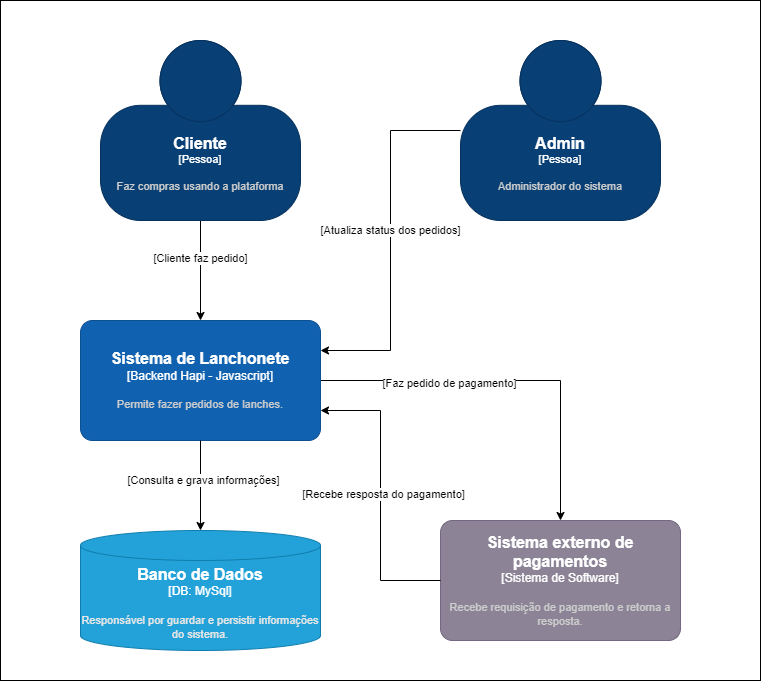
miika07/tech-challenge keeps this draw.io diagram as src/assets/arquitetura/c4-projeto-tech-challenge.png. Above is the earlier version. Source tidied: cells renumbered, new cells last; positions are measured from the earlier drawing's top-left corner, leaving out a move shared by most shapes. The source it was exported from:
```xml
<mxGraphModel>
  <root>
    <mxCell id="0" />
    <mxCell id="1" parent="0" />
    <mxCell id="2" style="rounded=0;whiteSpace=wrap;html=1;" parent="1" vertex="1">
      <mxGeometry width="760" height="680" as="geometry" />
    </mxCell>
    <mxCell id="3" style="edgeStyle=orthogonalEdgeStyle;rounded=0;jettySize=auto;html=1;" parent="1" edge="1" source="5" target="9">
      <mxGeometry relative="1" as="geometry" />
    </mxCell>
    <mxCell id="4" value="[Cliente faz pedido]" style="edgeLabel;html=1;align=center;verticalAlign=middle;" parent="3" vertex="1">
      <mxGeometry x="-0.26" y="-1" relative="1" as="geometry" />
    </mxCell>
    <object id="5" label="&lt;font style=&quot;font-size: 16px&quot;&gt;&lt;b&gt;%c4Name%&lt;/b&gt;&lt;/font&gt;&lt;div&gt;[%c4Type%]&lt;/div&gt;&lt;br&gt;&lt;div&gt;&lt;font style=&quot;font-size: 11px&quot;&gt;&lt;font color=&quot;#cccccc&quot;&gt;%c4Description%&lt;/font&gt;&lt;/div&gt;" c4Description="Faz compras usando a plataforma" c4Name="Cliente" c4Type="Pessoa" placeholders="1">
      <mxCell style="html=1;fontSize=11;dashed=0;whiteSpace=wrap;fillColor=#083F75;strokeColor=#06315C;fontColor=#ffffff;shape=mxgraph.c4.person2;align=center;points=[[0.5,0,0],[1,0.5,0],[1,0.75,0],[0.75,1,0],[0.5,1,0],[0.25,1,0],[0,0.75,0],[0,0.5,0]];" parent="1" vertex="1">
        <mxGeometry x="100" y="40" width="200" height="180" as="geometry" />
      </mxCell>
    </object>
    <mxCell id="6" style="edgeStyle=orthogonalEdgeStyle;rounded=0;jettySize=auto;html=1;startArrow=none;startFill=0;entryX=0.5;entryY=0;entryDx=0;entryDy=0;entryPerimeter=0;" parent="1" edge="1" source="9" target="10">
      <mxGeometry relative="1" as="geometry" />
    </mxCell>
    <mxCell id="7" value="Text" style="edgeLabel;html=1;align=center;verticalAlign=middle;" parent="6" vertex="1">
      <mxGeometry x="-0.02" y="-1" relative="1" as="geometry">
        <mxPoint x="-57" y="-1" as="offset" />
      </mxGeometry>
    </mxCell>
    <mxCell id="8" value="[Faz pedido de pagamento]" style="edgeLabel;html=1;align=center;verticalAlign=middle;" parent="6" vertex="1">
      <mxGeometry x="-0.33" y="-2" relative="1" as="geometry" />
    </mxCell>
    <object id="9" label="&lt;font style=&quot;font-size: 16px&quot;&gt;&lt;b&gt;%c4Name%&lt;/b&gt;&lt;/font&gt;&lt;div&gt;[%c4Type%]&lt;/div&gt;&lt;br&gt;&lt;div&gt;&lt;font style=&quot;font-size: 11px&quot;&gt;&lt;font color=&quot;#cccccc&quot;&gt;%c4Description%&lt;/font&gt;&lt;/div&gt;" c4Description="Permite fazer pedidos de lanches." c4Name="Sistema de Lanchonete" c4Type="Backend Hapi - Javascript" placeholders="1">
      <mxCell style="rounded=1;whiteSpace=wrap;html=1;labelBackgroundColor=none;fillColor=#1061B0;fontColor=#ffffff;align=center;arcSize=10;strokeColor=#0D5091;points=[[0.25,0,0],[0.5,0,0],[0.75,0,0],[1,0.25,0],[1,0.5,0],[1,0.75,0],[0.75,1,0],[0.5,1,0],[0.25,1,0],[0,0.75,0],[0,0.5,0],[0,0.25,0]];" parent="1" vertex="1">
        <mxGeometry x="80" y="320" width="240" height="120" as="geometry" />
      </mxCell>
    </object>
    <object id="10" label="&lt;font style=&quot;font-size: 16px&quot;&gt;&lt;b&gt;%c4Name%&lt;/b&gt;&lt;/font&gt;&lt;div&gt;[%c4Type%]&lt;/div&gt;&lt;br&gt;&lt;div&gt;&lt;font style=&quot;font-size: 11px&quot;&gt;&lt;font color=&quot;#cccccc&quot;&gt;%c4Description%&lt;/font&gt;&lt;/div&gt;" c4Description="Recebe requisição de pagamento e retorna a resposta." c4Name="Sistema externo de pagamentos" c4Type="Sistema de Software" placeholders="1">
      <mxCell style="rounded=1;whiteSpace=wrap;html=1;labelBackgroundColor=none;fillColor=#8C8496;fontColor=#ffffff;align=center;arcSize=10;strokeColor=#736782;points=[[0.25,0,0],[0.5,0,0],[0.75,0,0],[1,0.25,0],[1,0.5,0],[1,0.75,0],[0.75,1,0],[0.5,1,0],[0.25,1,0],[0,0.75,0],[0,0.5,0],[0,0.25,0]];" parent="1" vertex="1">
        <mxGeometry x="440" y="520" width="240" height="120" as="geometry" />
      </mxCell>
    </object>
    <object id="11" label="&lt;font style=&quot;font-size: 16px&quot;&gt;&lt;b&gt;%c4Type%&lt;/b&gt;&lt;/font&gt;&lt;div&gt;[%c4Container%:&amp;nbsp;%c4Technology%]&lt;/div&gt;&lt;br&gt;&lt;div&gt;&lt;font style=&quot;font-size: 11px&quot;&gt;&lt;font color=&quot;#E6E6E6&quot;&gt;%c4Description%&lt;/font&gt;&lt;/div&gt;" c4Container="DB" c4Description="Responsável por guardar e persistir informações do sistema." c4Technology="MySql" c4Type="Banco de Dados" placeholders="1">
      <mxCell style="shape=cylinder3;size=15;whiteSpace=wrap;html=1;boundedLbl=1;rounded=0;labelBackgroundColor=none;fillColor=#23A2D9;fontSize=12;fontColor=#ffffff;align=center;strokeColor=#0E7DAD;points=[[0.5,0,0],[1,0.25,0],[1,0.5,0],[1,0.75,0],[0.5,1,0],[0,0.75,0],[0,0.5,0],[0,0.25,0]];" parent="1" vertex="1">
        <mxGeometry x="80" y="530" width="240" height="120" as="geometry" />
      </mxCell>
    </object>
    <object id="12" label="&lt;font style=&quot;font-size: 16px&quot;&gt;&lt;b&gt;%c4Name%&lt;/b&gt;&lt;/font&gt;&lt;div&gt;[%c4Type%]&lt;/div&gt;&lt;br&gt;&lt;div&gt;&lt;font style=&quot;font-size: 11px&quot;&gt;&lt;font color=&quot;#cccccc&quot;&gt;%c4Description%&lt;/font&gt;&lt;/div&gt;" c4Description="Administrador do sistema" c4Name="Admin" c4Type="Pessoa" placeholders="1">
      <mxCell style="html=1;fontSize=11;dashed=0;whiteSpace=wrap;fillColor=#083F75;strokeColor=#06315C;fontColor=#ffffff;shape=mxgraph.c4.person2;align=center;points=[[0.5,0,0],[1,0.5,0],[1,0.75,0],[0.75,1,0],[0.5,1,0],[0.25,1,0],[0,0.75,0],[0,0.5,0]];" parent="1" vertex="1">
        <mxGeometry x="460" y="40" width="200" height="180" as="geometry" />
      </mxCell>
    </object>
    <mxCell id="13" style="edgeStyle=orthogonalEdgeStyle;rounded=0;jettySize=auto;html=1;entryX=1;entryY=0.25;entryDx=0;entryDy=0;entryPerimeter=0;" parent="1" edge="1" source="12" target="9">
      <mxGeometry relative="1" as="geometry" />
    </mxCell>
    <mxCell id="14" value="[Atualiza status dos pedidos]" style="edgeLabel;html=1;align=center;verticalAlign=middle;" parent="13" vertex="1">
      <mxGeometry x="-0.06" y="-1" relative="1" as="geometry" />
    </mxCell>
    <mxCell id="15" style="edgeStyle=orthogonalEdgeStyle;rounded=0;jettySize=auto;html=1;entryX=0.5;entryY=0;entryDx=0;entryDy=0;entryPerimeter=0;" parent="1" edge="1" source="9" target="11">
      <mxGeometry relative="1" as="geometry" />
    </mxCell>
    <mxCell id="16" value="[Consulta e grava informações]" style="edgeLabel;html=1;align=center;verticalAlign=middle;" parent="15" vertex="1">
      <mxGeometry x="-0.13" y="2" relative="1" as="geometry" />
    </mxCell>
    <mxCell id="17" style="edgeStyle=orthogonalEdgeStyle;rounded=0;jettySize=auto;html=1;entryX=1;entryY=0.75;entryDx=0;entryDy=0;entryPerimeter=0;" parent="1" edge="1" source="10" target="9">
      <mxGeometry relative="1" as="geometry" />
    </mxCell>
    <mxCell id="18" value="[Recebe resposta do pagamento]" style="edgeLabel;html=1;align=center;verticalAlign=middle;" parent="17" vertex="1">
      <mxGeometry x="0.01" y="-2" relative="1" as="geometry" />
    </mxCell>
  </root>
</mxGraphModel>
```
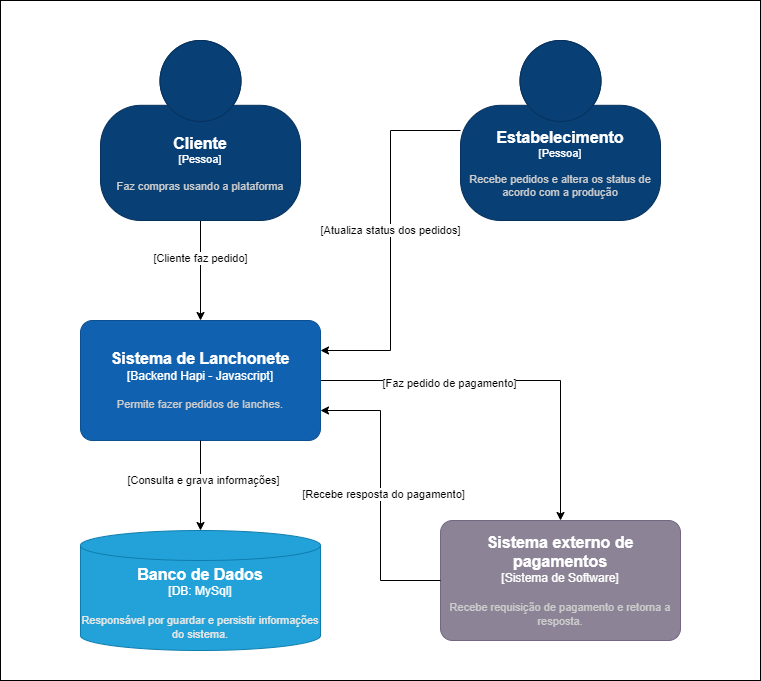
The same diagram one commit later.

Commit message:
correção nome imagem c4

Diff of the diagram source:
```diff
@@ -42,7 +42,7 @@
         <mxGeometry x="80" y="530" width="240" height="120" as="geometry" />
       </mxCell>
     </object>
-    <object id="12" label="&lt;font style=&quot;font-size: 16px&quot;&gt;&lt;b&gt;%c4Name%&lt;/b&gt;&lt;/font&gt;&lt;div&gt;[%c4Type%]&lt;/div&gt;&lt;br&gt;&lt;div&gt;&lt;font style=&quot;font-size: 11px&quot;&gt;&lt;font color=&quot;#cccccc&quot;&gt;%c4Description%&lt;/font&gt;&lt;/div&gt;" c4Description="Administrador do sistema" c4Name="Admin" c4Type="Pessoa" placeholders="1">
+    <object id="12" label="&lt;font style=&quot;font-size: 16px&quot;&gt;&lt;b&gt;%c4Name%&lt;/b&gt;&lt;/font&gt;&lt;div&gt;[%c4Type%]&lt;/div&gt;&lt;br&gt;&lt;div&gt;&lt;font style=&quot;font-size: 11px&quot;&gt;&lt;font color=&quot;#cccccc&quot;&gt;%c4Description%&lt;/font&gt;&lt;/div&gt;" c4Description="Recebe pedidos e altera os status de acordo com a produção" c4Name="Estabelecimento" c4Type="Pessoa" placeholders="1">
       <mxCell style="html=1;fontSize=11;dashed=0;whiteSpace=wrap;fillColor=#083F75;strokeColor=#06315C;fontColor=#ffffff;shape=mxgraph.c4.person2;align=center;points=[[0.5,0,0],[1,0.5,0],[1,0.75,0],[0.75,1,0],[0.5,1,0],[0.25,1,0],[0,0.75,0],[0,0.5,0]];" parent="1" vertex="1">
         <mxGeometry x="460" y="40" width="200" height="180" as="geometry" />
       </mxCell>
```
